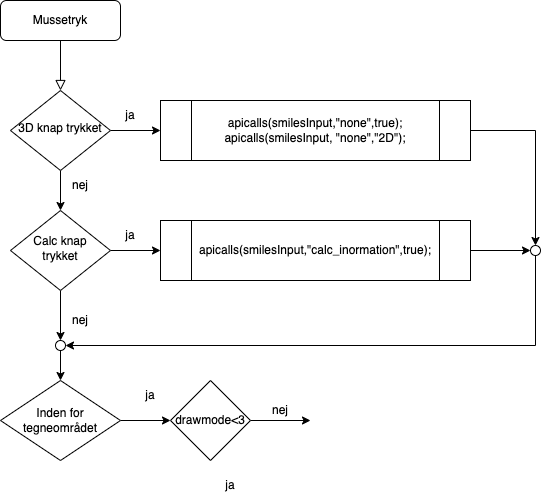
Earlier version of the draw.io export Flowdiagram.png (Andemanden/ChemVisual). Source tidied: cells renumbered, new cells last; positions are measured from the earlier drawing's top-left corner, leaving out a move shared by most shapes.
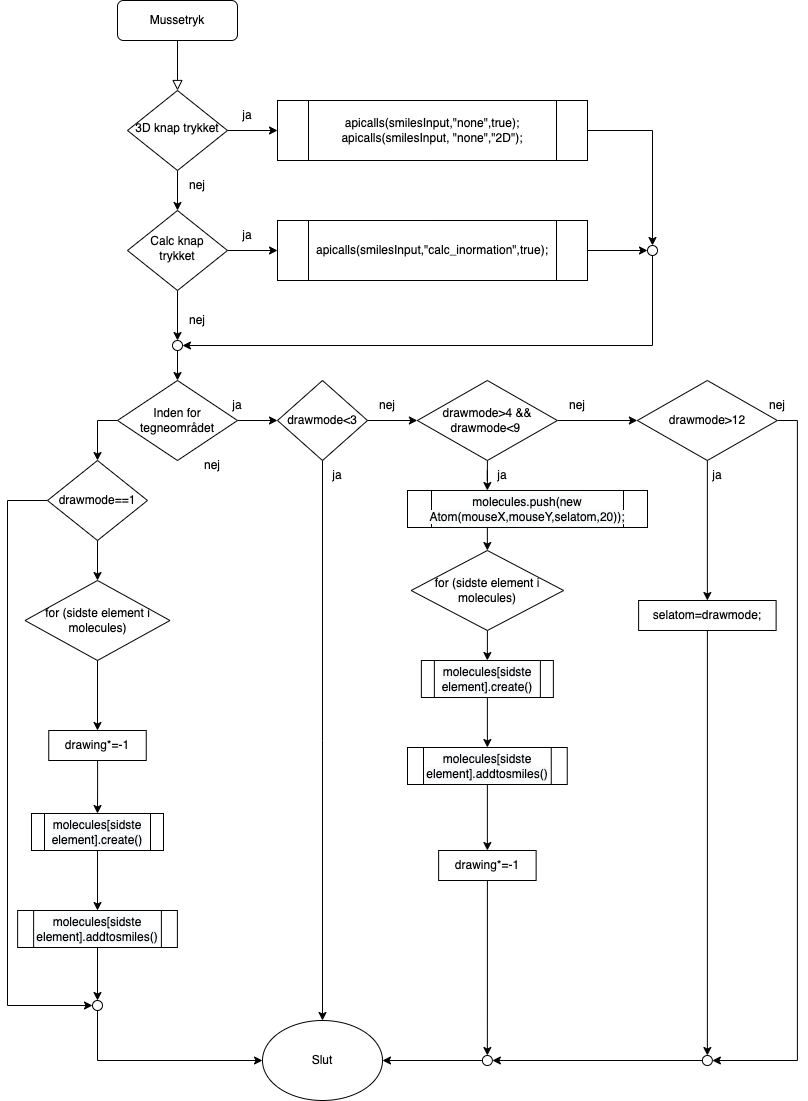
Later version of the same file.

The edit, as a diff of the source:
```diff
@@ -51,6 +51,9 @@
     <mxCell id="16" style="edgeStyle=orthogonalEdgeStyle;rounded=0;jettySize=auto;html=1;entryX=0;entryY=0.5;entryDx=0;entryDy=0;" parent="1" edge="1" source="17" target="25">
       <mxGeometry relative="1" as="geometry" />
     </mxCell>
+    <mxCell id="29" style="edgeStyle=orthogonalEdgeStyle;rounded=0;jettySize=auto;html=1;entryX=0.5;entryY=0;entryDx=0;entryDy=0;exitX=0;exitY=0.5;exitDx=0;exitDy=0;" parent="1" edge="1" source="17" target="43">
+      <mxGeometry relative="1" as="geometry" />
+    </mxCell>
     <mxCell id="17" value="Inden for tegneområdet" style="rhombus;whiteSpace=wrap;html=1;" parent="1" vertex="1">
       <mxGeometry y="380" width="120" height="80" as="geometry" />
     </mxCell>
@@ -72,22 +75,169 @@
     <mxCell id="23" value="nej" style="text;html=1;strokeColor=none;fillColor=none;align=center;verticalAlign=middle;whiteSpace=wrap;rounded=0;" parent="1" vertex="1">
       <mxGeometry x="50" y="310" width="60" height="20" as="geometry" />
     </mxCell>
-    <mxCell id="24" style="edgeStyle=orthogonalEdgeStyle;rounded=0;jettySize=auto;html=1;" parent="1" edge="1" source="25">
-      <mxGeometry relative="1" as="geometry">
-        <mxPoint x="310" y="420" as="targetPoint" />
-      </mxGeometry>
-    </mxCell>
+    <mxCell id="30" style="edgeStyle=orthogonalEdgeStyle;rounded=0;jettySize=auto;html=1;entryX=0.5;entryY=0;entryDx=0;entryDy=0;" parent="1" edge="1" source="25" target="52">
+      <mxGeometry relative="1" as="geometry">
+        <Array as="points">
+          <mxPoint x="205" y="740" />
+          <mxPoint x="205" y="740" />
+        </Array>
+      </mxGeometry>
+    </mxCell>
+    <mxCell id="31" style="edgeStyle=orthogonalEdgeStyle;rounded=0;jettySize=auto;html=1;entryX=0;entryY=0.5;entryDx=0;entryDy=0;" parent="1" edge="1" source="25" target="34">
+      <mxGeometry relative="1" as="geometry" />
+    </mxCell>
     <mxCell id="25" value="drawmode&amp;lt;3" style="rhombus;whiteSpace=wrap;html=1;" parent="1" vertex="1">
-      <mxGeometry x="170" y="380" width="80" height="80" as="geometry" />
+      <mxGeometry x="160" y="380" width="90" height="80" as="geometry" />
     </mxCell>
     <mxCell id="26" value="ja" style="text;html=1;strokeColor=none;fillColor=none;align=center;verticalAlign=middle;whiteSpace=wrap;rounded=0;" parent="1" vertex="1">
-      <mxGeometry x="120" y="380" width="60" height="30" as="geometry" />
+      <mxGeometry x="90" y="390" width="60" height="30" as="geometry" />
     </mxCell>
     <mxCell id="27" value="ja" style="text;html=1;strokeColor=none;fillColor=none;align=center;verticalAlign=middle;whiteSpace=wrap;rounded=0;" parent="1" vertex="1">
-      <mxGeometry x="200" y="470" width="60" height="30" as="geometry" />
+      <mxGeometry x="190" y="460" width="60" height="30" as="geometry" />
     </mxCell>
     <mxCell id="28" value="nej" style="text;html=1;strokeColor=none;fillColor=none;align=center;verticalAlign=middle;whiteSpace=wrap;rounded=0;" parent="1" vertex="1">
-      <mxGeometry x="250" y="400" width="60" height="20" as="geometry" />
+      <mxGeometry x="240" y="395" width="60" height="20" as="geometry" />
     </mxCell>
+    <mxCell id="32" style="edgeStyle=orthogonalEdgeStyle;rounded=0;jettySize=auto;html=1;entryX=0;entryY=0.5;entryDx=0;entryDy=0;" parent="1" edge="1" source="34" target="37">
+      <mxGeometry relative="1" as="geometry" />
+    </mxCell>
+    <mxCell id="33" style="edgeStyle=orthogonalEdgeStyle;rounded=0;jettySize=auto;html=1;entryX=0.5;entryY=0;entryDx=0;entryDy=0;" parent="1" edge="1" source="34">
+      <mxGeometry relative="1" as="geometry">
+        <mxPoint x="369.9" y="490" as="targetPoint" />
+      </mxGeometry>
+    </mxCell>
+    <mxCell id="34" value="drawmode&amp;gt;4 &amp;amp;&amp;amp; drawmode&amp;lt;9&amp;nbsp;" style="rhombus;whiteSpace=wrap;html=1;" parent="1" vertex="1">
+      <mxGeometry x="299.9" y="380" width="140" height="80" as="geometry" />
+    </mxCell>
+    <mxCell id="35" style="edgeStyle=orthogonalEdgeStyle;rounded=0;jettySize=auto;html=1;entryX=0.5;entryY=0;entryDx=0;entryDy=0;" parent="1" edge="1" source="37" target="72">
+      <mxGeometry relative="1" as="geometry" />
+    </mxCell>
+    <mxCell id="36" style="edgeStyle=orthogonalEdgeStyle;rounded=0;jettySize=auto;html=1;entryX=1;entryY=0.5;entryDx=0;entryDy=0;" parent="1" edge="1" source="37" target="70">
+      <mxGeometry relative="1" as="geometry">
+        <Array as="points">
+          <mxPoint x="679.9" y="420" />
+          <mxPoint x="679.9" y="1060" />
+        </Array>
+      </mxGeometry>
+    </mxCell>
+    <mxCell id="37" value="drawmode&amp;gt;12" style="rhombus;whiteSpace=wrap;html=1;" parent="1" vertex="1">
+      <mxGeometry x="519.9" y="380" width="140" height="80" as="geometry" />
+    </mxCell>
+    <mxCell id="38" value="ja" style="text;html=1;strokeColor=none;fillColor=none;align=center;verticalAlign=middle;whiteSpace=wrap;rounded=0;" parent="1" vertex="1">
+      <mxGeometry x="354.9" y="460" width="60" height="30" as="geometry" />
+    </mxCell>
+    <mxCell id="39" value="ja" style="text;html=1;strokeColor=none;fillColor=none;align=center;verticalAlign=middle;whiteSpace=wrap;rounded=0;" parent="1" vertex="1">
+      <mxGeometry x="569.9" y="460" width="60" height="30" as="geometry" />
+    </mxCell>
+    <mxCell id="40" value="nej" style="text;html=1;strokeColor=none;fillColor=none;align=center;verticalAlign=middle;whiteSpace=wrap;rounded=0;" parent="1" vertex="1">
+      <mxGeometry x="65" y="455" width="60" height="20" as="geometry" />
+    </mxCell>
+    <mxCell id="41" style="edgeStyle=orthogonalEdgeStyle;rounded=0;jettySize=auto;html=1;entryX=0.5;entryY=0;entryDx=0;entryDy=0;" parent="1" edge="1" source="43" target="45">
+      <mxGeometry relative="1" as="geometry" />
+    </mxCell>
+    <mxCell id="42" style="edgeStyle=orthogonalEdgeStyle;rounded=0;jettySize=auto;html=1;entryX=0;entryY=0.5;entryDx=0;entryDy=0;" parent="1" edge="1" source="43" target="54">
+      <mxGeometry relative="1" as="geometry">
+        <Array as="points">
+          <mxPoint x="-110" y="500" />
+          <mxPoint x="-110" y="1005" />
+        </Array>
+      </mxGeometry>
+    </mxCell>
+    <mxCell id="43" value="drawmode==1" style="rhombus;whiteSpace=wrap;html=1;" parent="1" vertex="1">
+      <mxGeometry x="-70" y="460" width="100" height="80" as="geometry" />
+    </mxCell>
+    <mxCell id="44" style="edgeStyle=orthogonalEdgeStyle;rounded=0;jettySize=auto;html=1;entryX=0.5;entryY=0;entryDx=0;entryDy=0;" parent="1" edge="1" source="45" target="47">
+      <mxGeometry relative="1" as="geometry" />
+    </mxCell>
+    <mxCell id="45" value="for (sidste element i molecules)" style="rhombus;whiteSpace=wrap;html=1;" parent="1" vertex="1">
+      <mxGeometry x="-92.5" y="580" width="145" height="80" as="geometry" />
+    </mxCell>
+    <mxCell id="46" style="edgeStyle=orthogonalEdgeStyle;rounded=0;jettySize=auto;html=1;entryX=0.5;entryY=0;entryDx=0;entryDy=0;" parent="1" edge="1" source="47" target="49">
+      <mxGeometry relative="1" as="geometry" />
+    </mxCell>
+    <mxCell id="47" value="drawing*=-1" style="rounded=0;whiteSpace=wrap;html=1;" parent="1" vertex="1">
+      <mxGeometry x="-68.8" y="730" width="97.5" height="30" as="geometry" />
+    </mxCell>
+    <mxCell id="48" style="edgeStyle=orthogonalEdgeStyle;rounded=0;jettySize=auto;html=1;entryX=0.5;entryY=0;entryDx=0;entryDy=0;" parent="1" edge="1" source="49" target="51">
+      <mxGeometry relative="1" as="geometry" />
+    </mxCell>
+    <mxCell id="49" value="&lt;meta charset=&quot;utf-8&quot;&gt;&lt;span style=&quot;color: rgb(0, 0, 0); font-family: helvetica; font-size: 12px; font-style: normal; font-weight: 400; letter-spacing: normal; text-align: center; text-indent: 0px; text-transform: none; word-spacing: 0px; background-color: rgb(248, 249, 250); display: inline; float: none;&quot;&gt;molecules[sidste element].create()&lt;/span&gt;" style="shape=process;whiteSpace=wrap;html=1;backgroundOutline=1;" parent="1" vertex="1">
+      <mxGeometry x="-86" y="813" width="132" height="37" as="geometry" />
+    </mxCell>
+    <mxCell id="50" style="edgeStyle=orthogonalEdgeStyle;rounded=0;jettySize=auto;html=1;entryX=0.5;entryY=0;entryDx=0;entryDy=0;" parent="1" edge="1" source="51" target="54">
+      <mxGeometry relative="1" as="geometry" />
+    </mxCell>
+    <mxCell id="51" value="&lt;span style=&quot;color: rgb(0 , 0 , 0) ; font-family: &amp;#34;helvetica&amp;#34; ; font-size: 12px ; font-style: normal ; font-weight: 400 ; letter-spacing: normal ; text-align: center ; text-indent: 0px ; text-transform: none ; word-spacing: 0px ; background-color: rgb(248 , 249 , 250) ; display: inline ; float: none&quot;&gt;molecules[sidste element].addtosmiles()&lt;/span&gt;" style="shape=process;whiteSpace=wrap;html=1;backgroundOutline=1;" parent="1" vertex="1">
+      <mxGeometry x="-99.9" y="910" width="159.8" height="37" as="geometry" />
+    </mxCell>
+    <mxCell id="52" value="Slut" style="ellipse;whiteSpace=wrap;html=1;" parent="1" vertex="1">
+      <mxGeometry x="145" y="1020" width="120" height="80" as="geometry" />
+    </mxCell>
+    <mxCell id="53" style="edgeStyle=orthogonalEdgeStyle;rounded=0;jettySize=auto;html=1;entryX=0;entryY=0.5;entryDx=0;entryDy=0;" parent="1" edge="1" source="54" target="52">
+      <mxGeometry relative="1" as="geometry">
+        <Array as="points">
+          <mxPoint x="-20" y="1060" />
+        </Array>
+      </mxGeometry>
+    </mxCell>
+    <mxCell id="54" style="ellipse;whiteSpace=wrap;html=1;" parent="1" vertex="1">
+      <mxGeometry x="-25" y="1000" width="10" height="10" as="geometry" />
+    </mxCell>
+    <mxCell id="55" style="edgeStyle=orthogonalEdgeStyle;rounded=0;jettySize=auto;html=1;entryX=0.5;entryY=0;entryDx=0;entryDy=0;" parent="1" edge="1" target="60">
+      <mxGeometry relative="1" as="geometry">
+        <mxPoint x="369.9" y="527" as="sourcePoint" />
+      </mxGeometry>
+    </mxCell>
+    <mxCell id="56" value="&lt;span style=&quot;color: rgb(0 , 0 , 0) ; font-family: &amp;#34;helvetica&amp;#34; ; font-size: 12px ; font-style: normal ; font-weight: 400 ; letter-spacing: normal ; text-align: center ; text-indent: 0px ; text-transform: none ; word-spacing: 0px ; background-color: rgb(248 , 249 , 250) ; display: inline ; float: none&quot;&gt;molecules.push(new Atom(mouseX,mouseY,selatom,20));&lt;/span&gt;" style="shape=process;whiteSpace=wrap;html=1;backgroundOutline=1;" parent="1" vertex="1">
+      <mxGeometry x="290" y="490" width="240" height="37" as="geometry" />
+    </mxCell>
+    <mxCell id="57" value="nej" style="text;html=1;strokeColor=none;fillColor=none;align=center;verticalAlign=middle;whiteSpace=wrap;rounded=0;" parent="1" vertex="1">
+      <mxGeometry x="429.9" y="395" width="60" height="20" as="geometry" />
+    </mxCell>
+    <mxCell id="58" value="nej" style="text;html=1;strokeColor=none;fillColor=none;align=center;verticalAlign=middle;whiteSpace=wrap;rounded=0;" parent="1" vertex="1">
+      <mxGeometry x="629.9" y="395" width="60" height="20" as="geometry" />
+    </mxCell>
+    <mxCell id="59" style="edgeStyle=orthogonalEdgeStyle;rounded=0;jettySize=auto;html=1;entryX=0.5;entryY=0;entryDx=0;entryDy=0;" parent="1" edge="1" source="60" target="62">
+      <mxGeometry relative="1" as="geometry" />
+    </mxCell>
+    <mxCell id="60" value="for (sidste element i molecules)" style="rhombus;whiteSpace=wrap;html=1;" parent="1" vertex="1">
+      <mxGeometry x="293.6" y="550" width="152.5" height="80" as="geometry" />
+    </mxCell>
+    <mxCell id="61" style="edgeStyle=orthogonalEdgeStyle;rounded=0;jettySize=auto;html=1;entryX=0.5;entryY=0;entryDx=0;entryDy=0;" parent="1" edge="1" source="62" target="64">
+      <mxGeometry relative="1" as="geometry" />
+    </mxCell>
+    <mxCell id="62" value="&lt;meta charset=&quot;utf-8&quot;&gt;&lt;span style=&quot;color: rgb(0, 0, 0); font-family: helvetica; font-size: 12px; font-style: normal; font-weight: 400; letter-spacing: normal; text-align: center; text-indent: 0px; text-transform: none; word-spacing: 0px; background-color: rgb(248, 249, 250); display: inline; float: none;&quot;&gt;molecules[sidste element].create()&lt;/span&gt;" style="shape=process;whiteSpace=wrap;html=1;backgroundOutline=1;" parent="1" vertex="1">
+      <mxGeometry x="303.9" y="660" width="132" height="37" as="geometry" />
+    </mxCell>
+    <mxCell id="63" style="edgeStyle=orthogonalEdgeStyle;rounded=0;jettySize=auto;html=1;entryX=0.5;entryY=0;entryDx=0;entryDy=0;" parent="1" edge="1" source="64" target="66">
+      <mxGeometry relative="1" as="geometry" />
+    </mxCell>
+    <mxCell id="64" value="&lt;span style=&quot;color: rgb(0 , 0 , 0) ; font-family: &amp;#34;helvetica&amp;#34; ; font-size: 12px ; font-style: normal ; font-weight: 400 ; letter-spacing: normal ; text-align: center ; text-indent: 0px ; text-transform: none ; word-spacing: 0px ; background-color: rgb(248 , 249 , 250) ; display: inline ; float: none&quot;&gt;molecules[sidste element].addtosmiles()&lt;/span&gt;" style="shape=process;whiteSpace=wrap;html=1;backgroundOutline=1;" parent="1" vertex="1">
+      <mxGeometry x="290" y="747" width="159.8" height="37" as="geometry" />
+    </mxCell>
+    <mxCell id="65" style="edgeStyle=orthogonalEdgeStyle;rounded=0;jettySize=auto;html=1;entryX=0.5;entryY=0;entryDx=0;entryDy=0;" parent="1" edge="1" source="66" target="68">
+      <mxGeometry relative="1" as="geometry" />
+    </mxCell>
+    <mxCell id="66" value="drawing*=-1" style="rounded=0;whiteSpace=wrap;html=1;" parent="1" vertex="1">
+      <mxGeometry x="321.1" y="850" width="97.5" height="30" as="geometry" />
+    </mxCell>
+    <mxCell id="67" style="edgeStyle=orthogonalEdgeStyle;rounded=0;jettySize=auto;html=1;entryX=1;entryY=0.5;entryDx=0;entryDy=0;" parent="1" edge="1" source="68" target="52">
+      <mxGeometry relative="1" as="geometry" />
+    </mxCell>
+    <mxCell id="68" style="ellipse;whiteSpace=wrap;html=1;" parent="1" vertex="1">
+      <mxGeometry x="364.9" y="1055" width="10" height="10" as="geometry" />
+    </mxCell>
+    <mxCell id="69" style="edgeStyle=orthogonalEdgeStyle;rounded=0;jettySize=auto;html=1;entryX=1;entryY=0.5;entryDx=0;entryDy=0;" parent="1" edge="1" source="70" target="68">
+      <mxGeometry relative="1" as="geometry" />
+    </mxCell>
+    <mxCell id="70" style="ellipse;whiteSpace=wrap;html=1;" parent="1" vertex="1">
+      <mxGeometry x="584.9" y="1055" width="10" height="10" as="geometry" />
+    </mxCell>
+    <mxCell id="71" style="edgeStyle=orthogonalEdgeStyle;rounded=0;jettySize=auto;html=1;entryX=0.5;entryY=0;entryDx=0;entryDy=0;" parent="1" edge="1" source="72" target="70">
+      <mxGeometry relative="1" as="geometry" />
+    </mxCell>
+    <mxCell id="72" value="selatom=drawmode;" style="rounded=0;whiteSpace=wrap;html=1;" parent="1" vertex="1">
+      <mxGeometry x="521.1" y="600" width="137.5" height="30" as="geometry" />
+    </mxCell>
   </root>
 </mxGraphModel>
```
